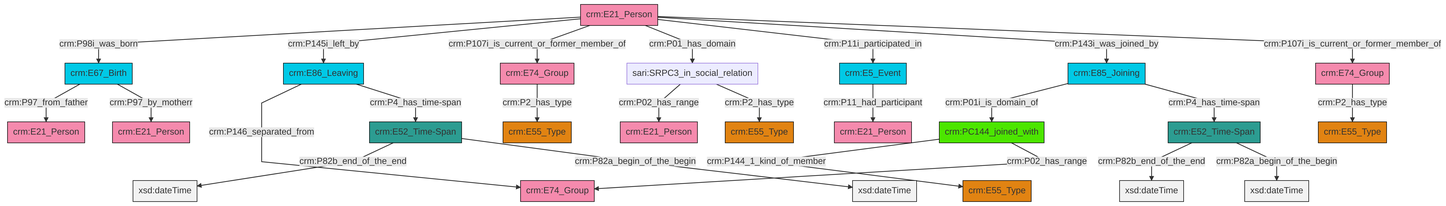
Before: et/personCSV/ttl/mmd/png/Person_Actor_Relations.png, a diagram exported from Mermaid (swiss-art-research-net/docs.swissartresearch). Its source is kept beside it as et/personCSV/ttl/mmd/Person_Actor_Relations.ttl.mmd.
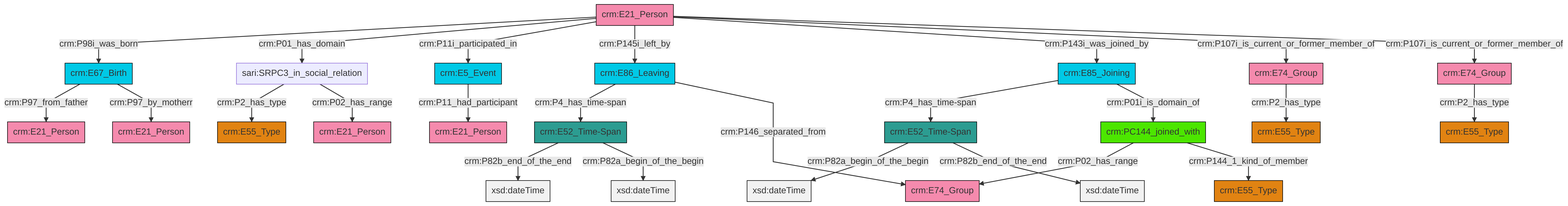
After the change.

What changed in the source:
```diff
@@ -13,27 +13,27 @@
 classDef PC_Classes fill:#4ce600, stroke:#000000;
 classDef Multi fill:#cccccc,stroke:#000000;
 
-0["crm:E52_Time-Span"]:::Time-Span -->|crm:P82b_end_of_the_end| 1[xsd:dateTime]:::Literal
-4["crm:E67_Birth"]:::Temporal_Entity -->|crm:P97_from_father| 5["crm:E21_Person"]:::Actor
-8["crm:E5_Event"]:::Temporal_Entity -->|crm:P11_had_participant| 6["crm:E21_Person"]:::Actor
-12["crm:E86_Leaving"]:::Temporal_Entity -->|crm:P146_separated_from| 13["crm:E74_Group"]:::Actor
-16["crm:E21_Person"]:::Actor -->|crm:P98i_was_born| 4["crm:E67_Birth"]:::Temporal_Entity
-16["crm:E21_Person"]:::Actor -->|crm:P145i_left_by| 12["crm:E86_Leaving"]:::Temporal_Entity
-16["crm:E21_Person"]:::Actor -->|crm:P107i_is_current_or_former_member_of| 9["crm:E74_Group"]:::Actor
-0["crm:E52_Time-Span"]:::Time-Span -->|crm:P82a_begin_of_the_begin| 26[xsd:dateTime]:::Literal
-9["crm:E74_Group"]:::Actor -->|crm:P2_has_type| 2["crm:E55_Type"]:::Type
-17["crm:E74_Group"]:::Actor -->|crm:P2_has_type| 19["crm:E55_Type"]:::Type
-16["crm:E21_Person"]:::Actor -->|crm:P01_has_domain| 27["sari:SRPC3_in_social_relation"]:::Default
-31["crm:PC144_joined_with"]:::PC_Classes -->|crm:P144_1_kind_of_member| 22["crm:E55_Type"]:::Type
-27["sari:SRPC3_in_social_relation"]:::Default -->|crm:P02_has_range| 14["crm:E21_Person"]:::Actor
-34["crm:E52_Time-Span"]:::Time-Span -->|crm:P82b_end_of_the_end| 35[xsd:dateTime]:::Literal
-32["crm:E85_Joining"]:::Temporal_Entity -->|crm:P01i_is_domain_of| 31["crm:PC144_joined_with"]:::PC_Classes
-31["crm:PC144_joined_with"]:::PC_Classes -->|crm:P02_has_range| 13["crm:E74_Group"]:::Actor
-27["sari:SRPC3_in_social_relation"]:::Default -->|crm:P2_has_type| 24["crm:E55_Type"]:::Type
-34["crm:E52_Time-Span"]:::Time-Span -->|crm:P82a_begin_of_the_begin| 38[xsd:dateTime]:::Literal
-32["crm:E85_Joining"]:::Temporal_Entity -->|crm:P4_has_time-span| 34["crm:E52_Time-Span"]:::Time-Span
-16["crm:E21_Person"]:::Actor -->|crm:P11i_participated_in| 8["crm:E5_Event"]:::Temporal_Entity
-16["crm:E21_Person"]:::Actor -->|crm:P143i_was_joined_by| 32["crm:E85_Joining"]:::Temporal_Entity
-12["crm:E86_Leaving"]:::Temporal_Entity -->|crm:P4_has_time-span| 0["crm:E52_Time-Span"]:::Time-Span
-4["crm:E67_Birth"]:::Temporal_Entity -->|crm:P97_by_motherr| 29["crm:E21_Person"]:::Actor
-16["crm:E21_Person"]:::Actor -->|crm:P107i_is_current_or_former_member_of| 17["crm:E74_Group"]:::Actor
+4["crm:E85_Joining"]:::Temporal_Entity -->|crm:P4_has_time-span| 5["crm:E52_Time-Span"]:::Time-Span
+0["crm:E74_Group"]:::Actor -->|crm:P2_has_type| 6["crm:E55_Type"]:::Type
+8["crm:E21_Person"]:::Actor -->|crm:P98i_was_born| 9["crm:E67_Birth"]:::Temporal_Entity
+4["crm:E85_Joining"]:::Temporal_Entity -->|crm:P01i_is_domain_of| 10["crm:PC144_joined_with"]:::PC_Classes
+8["crm:E21_Person"]:::Actor -->|crm:P01_has_domain| 15["sari:SRPC3_in_social_relation"]:::Default
+8["crm:E21_Person"]:::Actor -->|crm:P11i_participated_in| 16["crm:E5_Event"]:::Temporal_Entity
+10["crm:PC144_joined_with"]:::PC_Classes -->|crm:P02_has_range| 18["crm:E74_Group"]:::Actor
+15["sari:SRPC3_in_social_relation"]:::Default -->|crm:P2_has_type| 19["crm:E55_Type"]:::Type
+22["crm:E86_Leaving"]:::Temporal_Entity -->|crm:P4_has_time-span| 23["crm:E52_Time-Span"]:::Time-Span
+23["crm:E52_Time-Span"]:::Time-Span -->|crm:P82b_end_of_the_end| 24[xsd:dateTime]:::Literal
+8["crm:E21_Person"]:::Actor -->|crm:P145i_left_by| 22["crm:E86_Leaving"]:::Temporal_Entity
+5["crm:E52_Time-Span"]:::Time-Span -->|crm:P82a_begin_of_the_begin| 25[xsd:dateTime]:::Literal
+9["crm:E67_Birth"]:::Temporal_Entity -->|crm:P97_from_father| 35["crm:E21_Person"]:::Actor
+38["crm:E74_Group"]:::Actor -->|crm:P2_has_type| 13["crm:E55_Type"]:::Type
+9["crm:E67_Birth"]:::Temporal_Entity -->|crm:P97_by_motherr| 31["crm:E21_Person"]:::Actor
+23["crm:E52_Time-Span"]:::Time-Span -->|crm:P82a_begin_of_the_begin| 40[xsd:dateTime]:::Literal
+8["crm:E21_Person"]:::Actor -->|crm:P143i_was_joined_by| 4["crm:E85_Joining"]:::Temporal_Entity
+10["crm:PC144_joined_with"]:::PC_Classes -->|crm:P144_1_kind_of_member| 20["crm:E55_Type"]:::Type
+16["crm:E5_Event"]:::Temporal_Entity -->|crm:P11_had_participant| 2["crm:E21_Person"]:::Actor
+8["crm:E21_Person"]:::Actor -->|crm:P107i_is_current_or_former_member_of| 38["crm:E74_Group"]:::Actor
+15["sari:SRPC3_in_social_relation"]:::Default -->|crm:P02_has_range| 41["crm:E21_Person"]:::Actor
+5["crm:E52_Time-Span"]:::Time-Span -->|crm:P82b_end_of_the_end| 44[xsd:dateTime]:::Literal
+22["crm:E86_Leaving"]:::Temporal_Entity -->|crm:P146_separated_from| 18["crm:E74_Group"]:::Actor
+8["crm:E21_Person"]:::Actor -->|crm:P107i_is_current_or_former_member_of| 0["crm:E74_Group"]:::Actor
```
